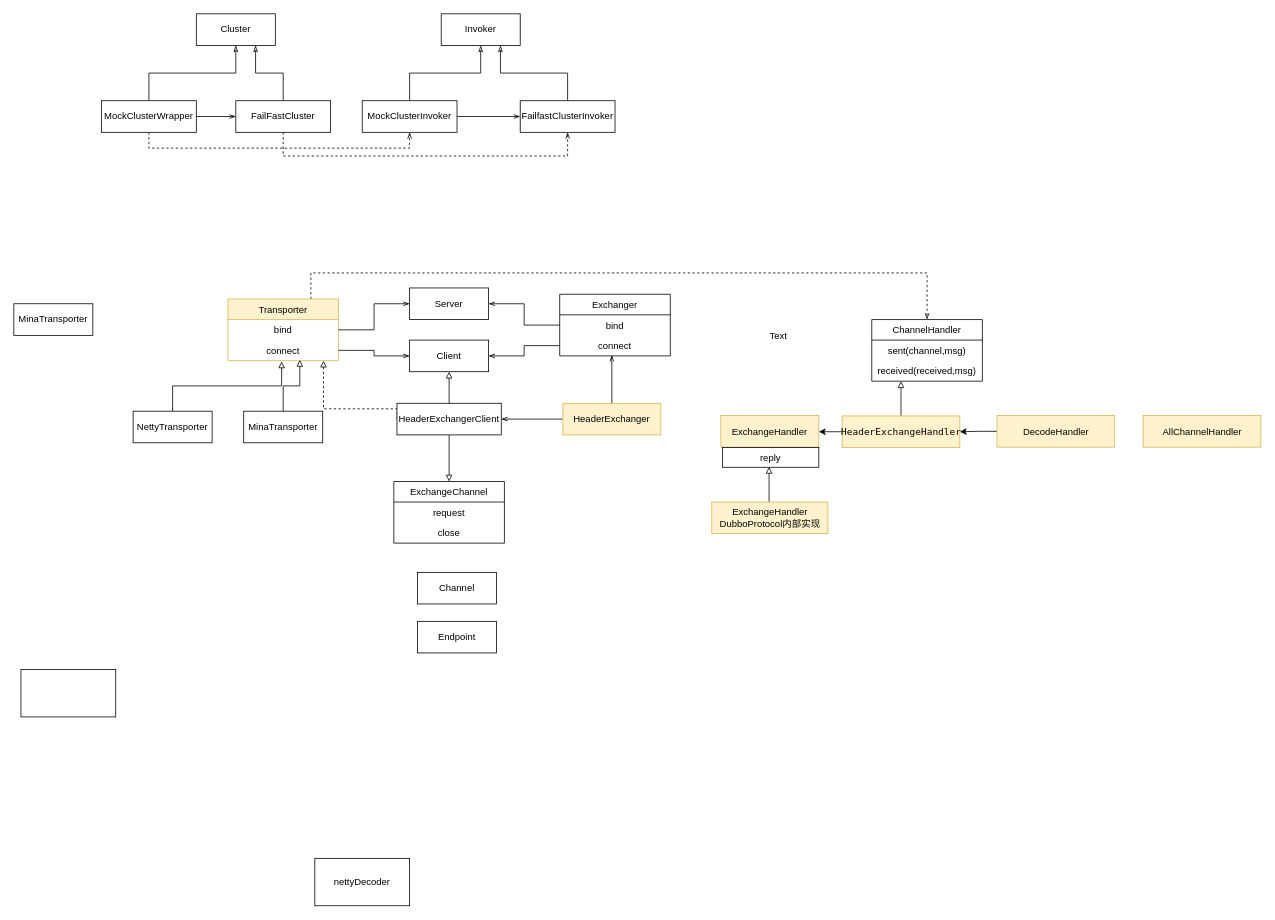
This is dubbo.drawio from MihirrajDixit/drawio, a draw.io file, before an edit. Source tidied: cells renumbered, new cells numbered last; positions are measured from the earlier drawing's top-left corner, leaving out a move shared by most shapes. Both pictures are drawn from the tidied source at 79%, with x=0, y=0 at pixel (13, 13).
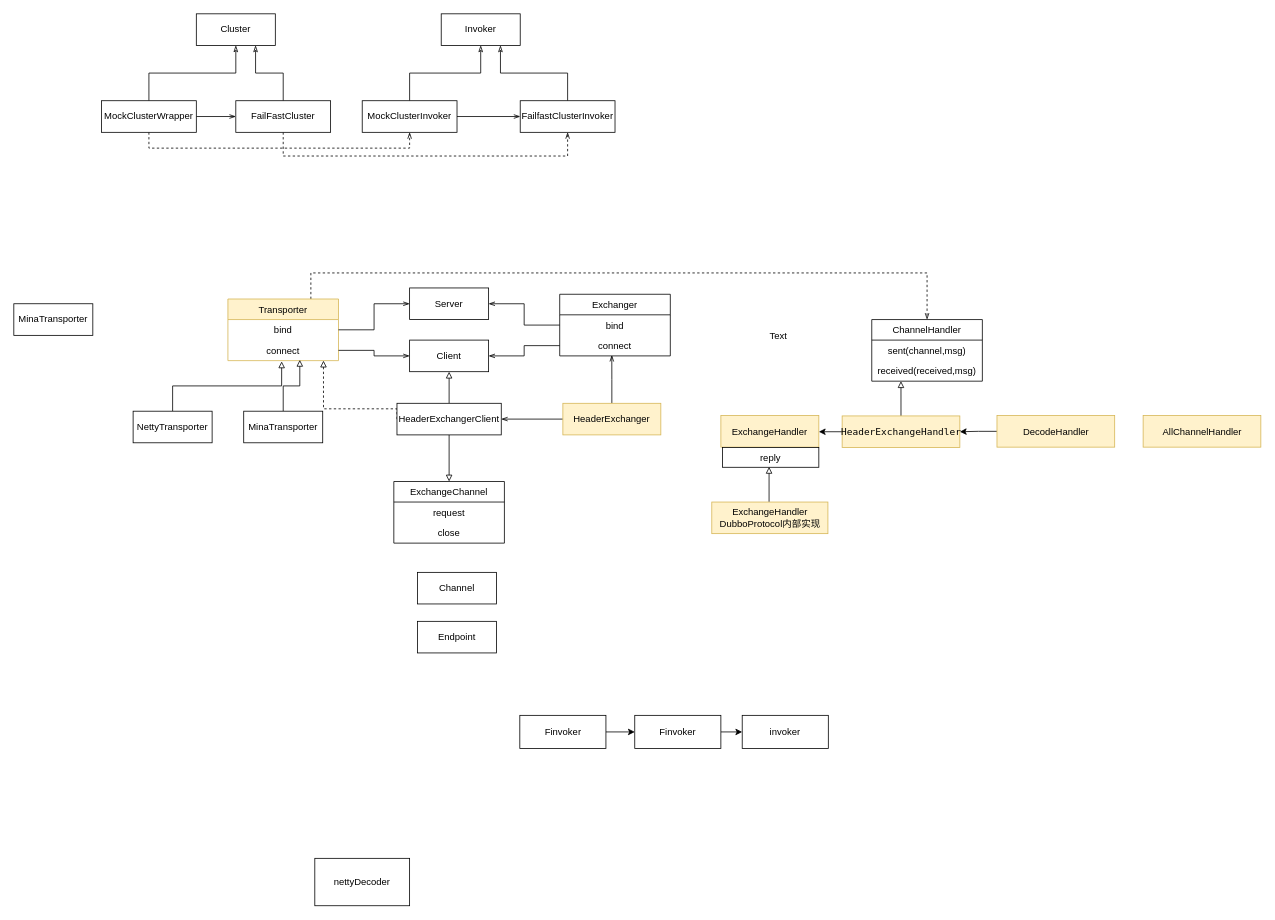
The same page after the edit.

What changed in the source:
```diff
@@
-    <mxCell id="54" style="rounded=0;whiteSpace=wrap;html=1;" parent="1" vertex="1">
-      <mxGeometry x="9" y="830" width="120" height="60" as="geometry" />
-    </mxCell>
@@
+    <mxCell id="63" value="invoker" style="rounded=0;whiteSpace=wrap;html=1;" parent="1" vertex="1">
+      <mxGeometry x="922" y="888" width="109" height="42" as="geometry" />
+    </mxCell>
+    <mxCell id="64" style="edgeStyle=orthogonalEdgeStyle;rounded=0;jettySize=auto;html=1;exitX=1;exitY=0.5;exitDx=0;exitDy=0;entryX=0;entryY=0.5;entryDx=0;entryDy=0;" parent="1" edge="1" source="65" target="63">
+      <mxGeometry relative="1" as="geometry" />
+    </mxCell>
+    <mxCell id="65" value="Finvoker" style="rounded=0;whiteSpace=wrap;html=1;" parent="1" vertex="1">
+      <mxGeometry x="786" y="888" width="109" height="42" as="geometry" />
+    </mxCell>
+    <mxCell id="66" style="edgeStyle=orthogonalEdgeStyle;rounded=0;jettySize=auto;html=1;exitX=1;exitY=0.5;exitDx=0;exitDy=0;entryX=0;entryY=0.5;entryDx=0;entryDy=0;" parent="1" edge="1" source="67" target="65">
+      <mxGeometry relative="1" as="geometry" />
+    </mxCell>
+    <mxCell id="67" value="Finvoker" style="rounded=0;whiteSpace=wrap;html=1;" parent="1" vertex="1">
+      <mxGeometry x="640.5" y="888" width="109" height="42" as="geometry" />
+    </mxCell>
```
